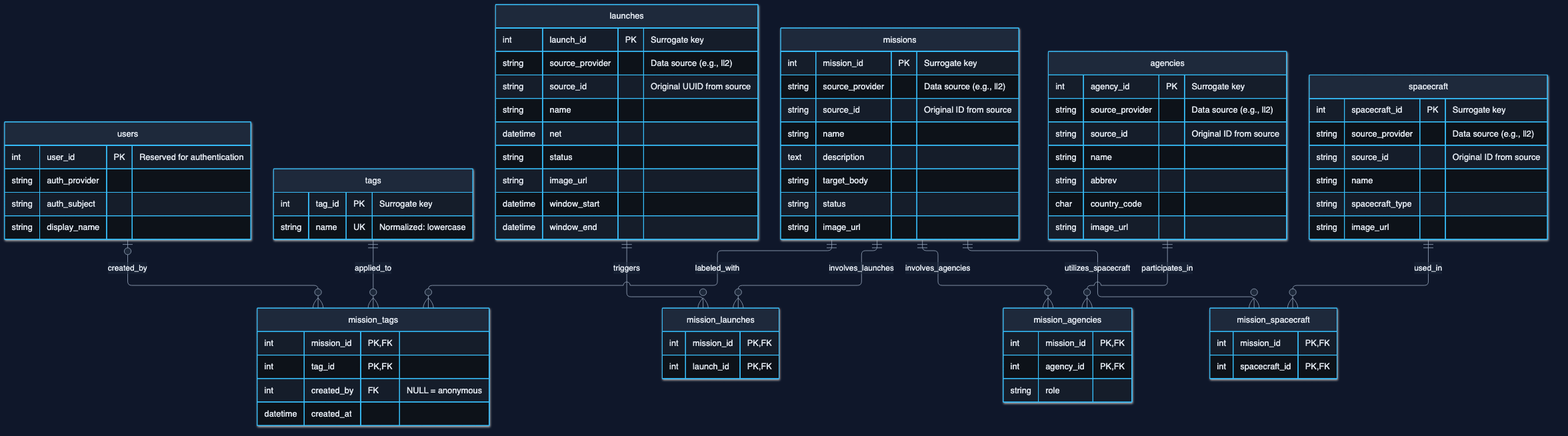
The Mermaid diagram specs/db/diagram.png in CRKL-SDSU/CRKL, before a commit. Its source is kept beside it as specs/db/diagram.mmd.
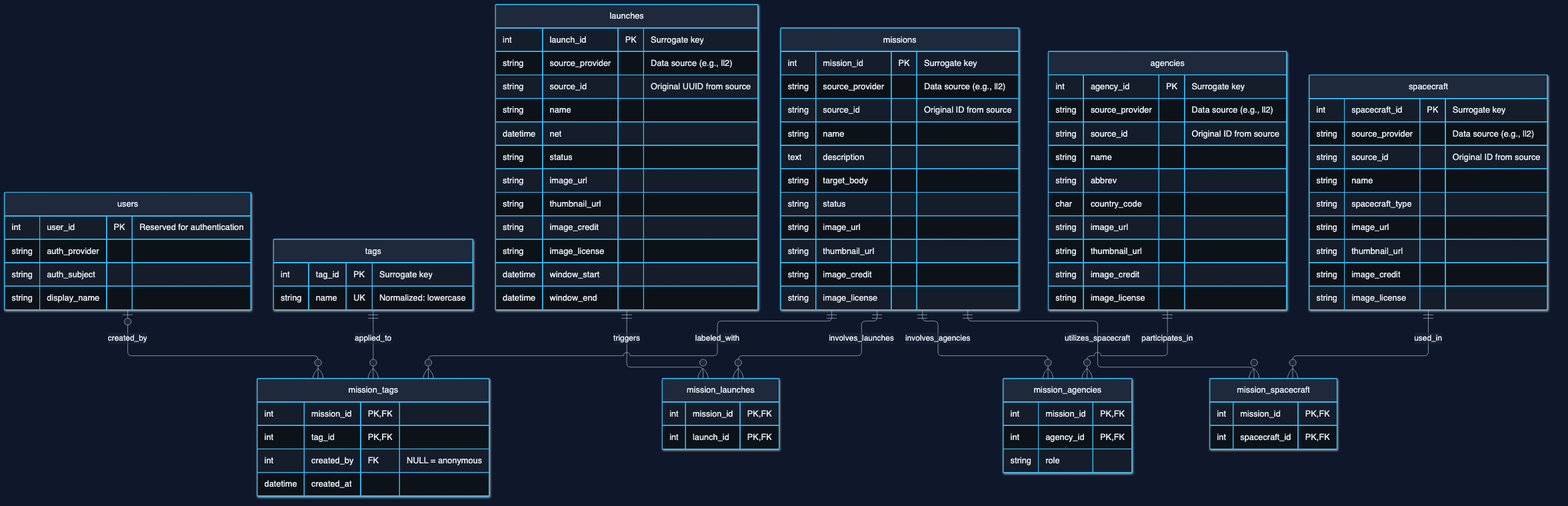
The same diagram one commit later.

Diff of the diagram source:
```diff
@@ -17,6 +17,9 @@
         string abbrev
         char country_code
         string image_url
+        string thumbnail_url
+        string image_credit
+        string image_license
     }
 
     launches {
@@ -27,6 +30,9 @@
         datetime net
         string status
         string image_url
+        string thumbnail_url
+        string image_credit
+        string image_license
         datetime window_start
         datetime window_end
     }
@@ -38,6 +44,9 @@
         string name
         string spacecraft_type
         string image_url
+        string thumbnail_url
+        string image_credit
+        string image_license
     }
 
     missions {
@@ -49,6 +58,9 @@
         string target_body
         string status
         string image_url
+        string thumbnail_url
+        string image_credit
+        string image_license
     }
 
     mission_agencies {
```
